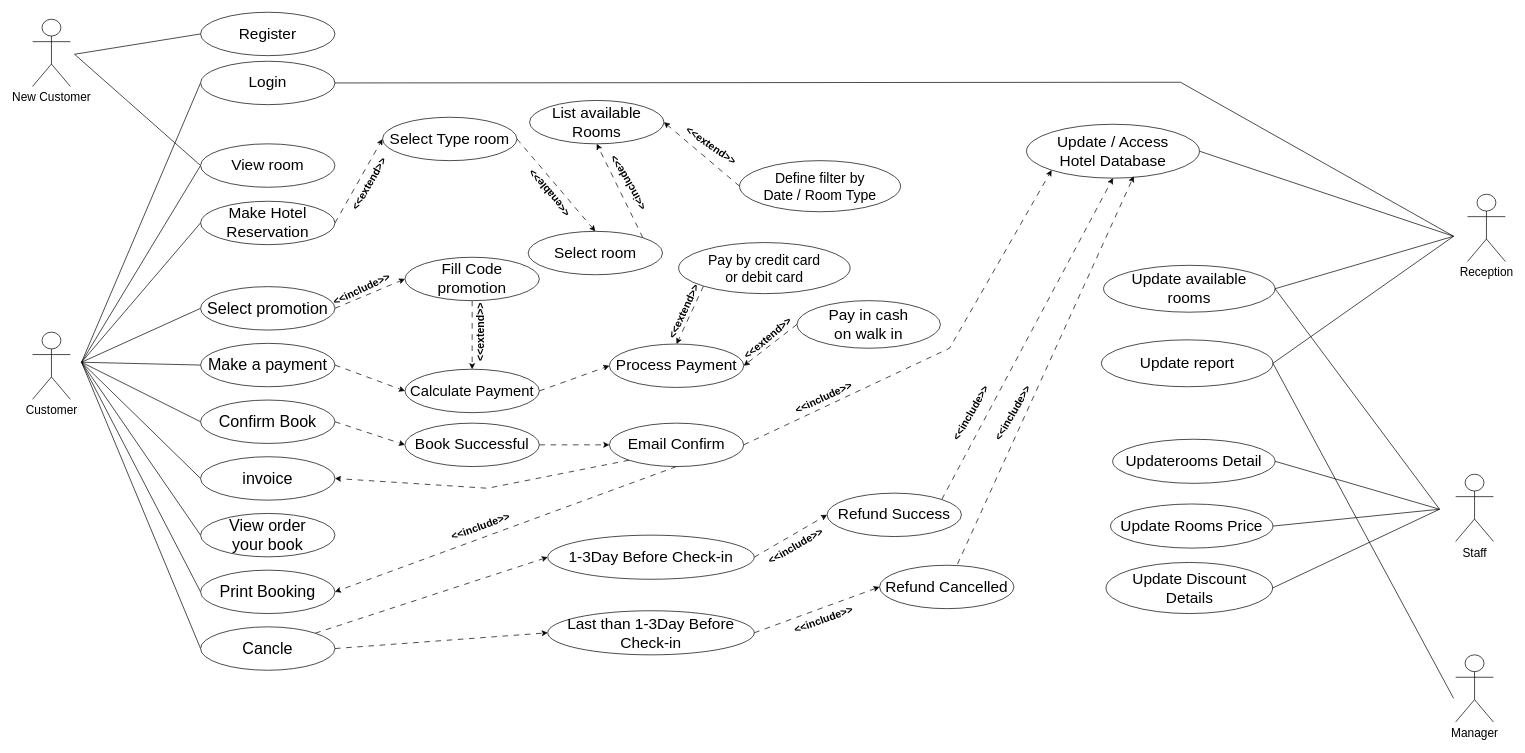
This is usecase1.drawio from Yaya25aom/bookhotel, a draw.io file, before an edit. Source tidied: cells renumbered, new cells numbered last; positions are measured from the earlier drawing's top-left corner, leaving out a move shared by most shapes. Both pictures are drawn from the tidied source at 70%, with x=0, y=0 at pixel (32, 12).
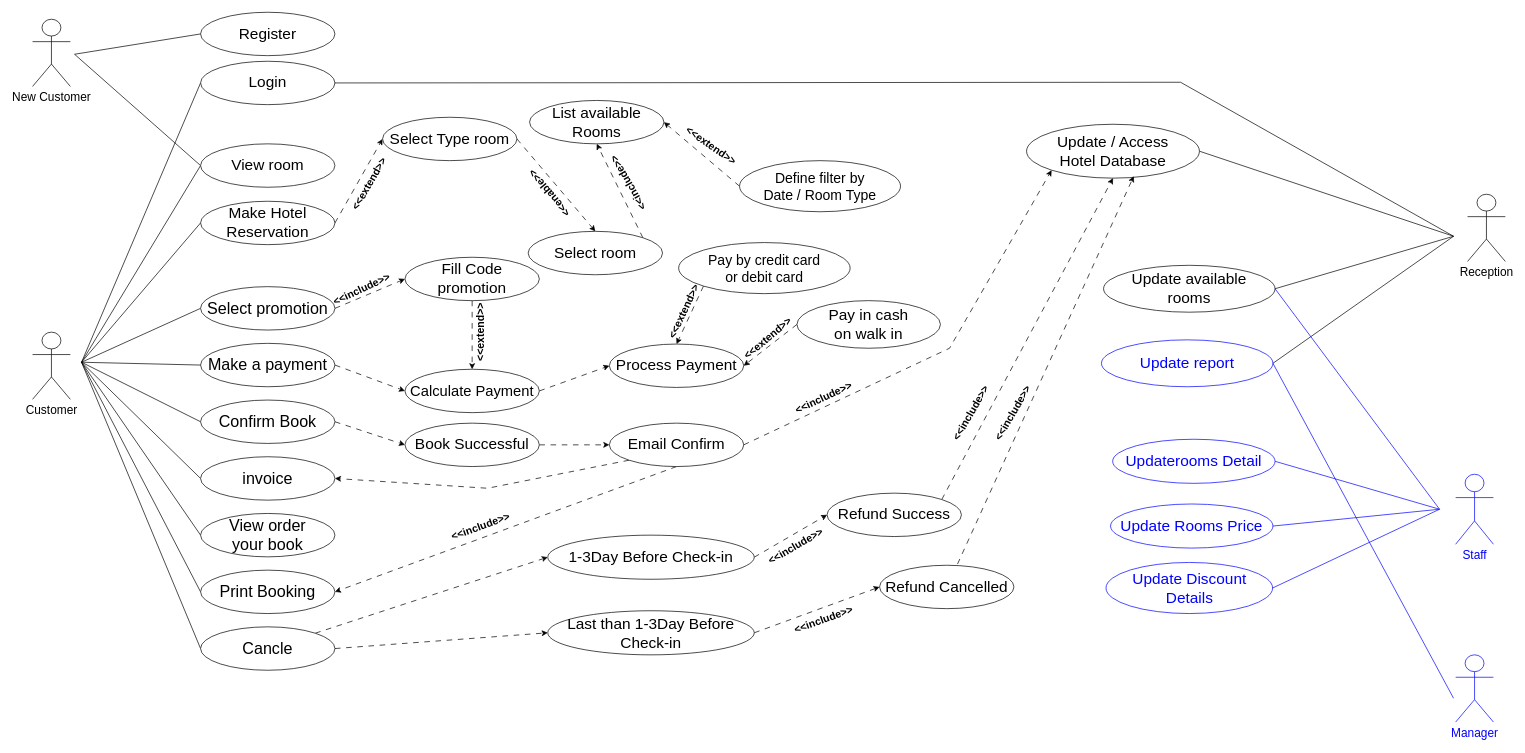
After the change.

The change refers to these unchanged cells:
```xml
<mxCell id="57" value="&lt;font style=&quot;font-size: 22px;&quot;&gt;Update available&lt;br&gt;rooms&lt;/font&gt;" style="ellipse;whiteSpace=wrap;html=1;" parent="1" vertex="1">
  <mxGeometry x="1530" y="361.5" width="245" height="67" as="geometry" />
</mxCell>
```

What changed in the source:
```diff
@@
-    <mxCell id="66" value="&lt;font style=&quot;font-size: 17px;&quot;&gt;Manager&lt;/font&gt;" style="shape=umlActor;verticalLabelPosition=bottom;verticalAlign=top;html=1;" parent="1" vertex="1">
+    <mxCell id="66" value="&lt;font color=&quot;#0000ff&quot; style=&quot;font-size: 17px;&quot;&gt;Manager&lt;/font&gt;" style="shape=umlActor;verticalLabelPosition=bottom;verticalAlign=top;html=1;strokeColor=#0000FF;" parent="1" vertex="1">
       <mxGeometry x="2033" y="918" width="54" height="96" as="geometry" />
     </mxCell>
-    <mxCell id="67" value="&lt;font style=&quot;font-size: 17px;&quot;&gt;Staff&lt;/font&gt;" style="shape=umlActor;verticalLabelPosition=bottom;verticalAlign=top;html=1;" parent="1" vertex="1">
-      <mxGeometry x="2033" y="660" width="54" height="96" as="geometry" />
+    <mxCell id="67" value="&lt;font color=&quot;#0000ff&quot; style=&quot;font-size: 17px;&quot;&gt;Staff&lt;/font&gt;" style="shape=umlActor;verticalLabelPosition=bottom;verticalAlign=top;html=1;strokeColor=#0000FF;" parent="1" vertex="1">
+      <mxGeometry x="2033" y="660" width="54" height="100" as="geometry" />
     </mxCell>
@@
-    <mxCell id="84" style="edgeStyle=none;shape=connector;rounded=0;jettySize=auto;html=1;exitX=1;exitY=0.5;exitDx=0;exitDy=0;labelBackgroundColor=default;fontFamily=Helvetica;fontSize=11;fontColor=default;endArrow=none;endFill=0;" parent="1" edge="1" source="85">
+    <mxCell id="84" style="edgeStyle=none;shape=connector;rounded=0;jettySize=auto;html=1;exitX=1;exitY=0.5;exitDx=0;exitDy=0;labelBackgroundColor=default;fontFamily=Helvetica;fontSize=11;fontColor=default;endArrow=none;endFill=0;strokeColor=#0000FF;" parent="1" edge="1" source="85">
       <mxGeometry relative="1" as="geometry">
         <mxPoint x="2010" y="710" as="targetPoint" />
       </mxGeometry>
     </mxCell>
-    <mxCell id="85" value="&lt;font style=&quot;font-size: 22px;&quot;&gt;Updaterooms Detail&lt;/font&gt;" style="ellipse;whiteSpace=wrap;html=1;" parent="1" vertex="1">
+    <mxCell id="85" value="&lt;font color=&quot;#0000ff&quot; style=&quot;font-size: 22px;&quot;&gt;Updaterooms Detail&lt;/font&gt;" style="ellipse;whiteSpace=wrap;html=1;strokeColor=#0000FF;" parent="1" vertex="1">
       <mxGeometry x="1543" y="610" width="232" height="63" as="geometry" />
     </mxCell>
-    <mxCell id="86" style="edgeStyle=none;shape=connector;rounded=0;jettySize=auto;html=1;exitX=1;exitY=0.5;exitDx=0;exitDy=0;labelBackgroundColor=default;fontFamily=Helvetica;fontSize=11;fontColor=default;endArrow=none;endFill=0;" parent="1" edge="1" source="87">
+    <mxCell id="86" style="edgeStyle=none;shape=connector;rounded=0;jettySize=auto;html=1;exitX=1;exitY=0.5;exitDx=0;exitDy=0;labelBackgroundColor=default;fontFamily=Helvetica;fontSize=11;fontColor=default;endArrow=none;endFill=0;strokeColor=#0000FF;" parent="1" edge="1" source="87">
       <mxGeometry relative="1" as="geometry">
         <mxPoint x="2010" y="710" as="targetPoint" />
       </mxGeometry>
     </mxCell>
-    <mxCell id="87" value="&lt;font style=&quot;font-size: 22px;&quot;&gt;Update Rooms Price&lt;/font&gt;" style="ellipse;whiteSpace=wrap;html=1;" parent="1" vertex="1">
+    <mxCell id="87" value="&lt;font color=&quot;#0000ff&quot; style=&quot;font-size: 22px;&quot;&gt;Update Rooms Price&lt;/font&gt;" style="ellipse;whiteSpace=wrap;html=1;strokeColor=#0000FF;" parent="1" vertex="1">
       <mxGeometry x="1540" y="702.5" width="232" height="63" as="geometry" />
     </mxCell>
-    <mxCell id="88" style="edgeStyle=none;shape=connector;rounded=0;jettySize=auto;html=1;exitX=1;exitY=0.5;exitDx=0;exitDy=0;labelBackgroundColor=default;fontFamily=Helvetica;fontSize=11;fontColor=default;endArrow=none;endFill=0;" parent="1" edge="1" source="89">
+    <mxCell id="88" style="edgeStyle=none;shape=connector;rounded=0;jettySize=auto;html=1;exitX=1;exitY=0.5;exitDx=0;exitDy=0;labelBackgroundColor=default;fontFamily=Helvetica;fontSize=11;fontColor=default;endArrow=none;endFill=0;strokeColor=#0000FF;" parent="1" edge="1" source="89">
       <mxGeometry relative="1" as="geometry">
         <mxPoint x="2010" y="710" as="targetPoint" />
       </mxGeometry>
     </mxCell>
-    <mxCell id="89" value="&lt;font style=&quot;font-size: 22px;&quot;&gt;Update Discount&lt;br&gt;Details&lt;/font&gt;" style="ellipse;whiteSpace=wrap;html=1;" parent="1" vertex="1">
+    <mxCell id="89" value="&lt;font color=&quot;#0000ff&quot; style=&quot;font-size: 22px;&quot;&gt;Update Discount&lt;br&gt;Details&lt;/font&gt;" style="ellipse;whiteSpace=wrap;html=1;strokeColor=#0000FF;" parent="1" vertex="1">
       <mxGeometry x="1533.5" y="786" width="238" height="73" as="geometry" />
     </mxCell>
@@
-    <mxCell id="91" value="&lt;font style=&quot;font-size: 22px;&quot;&gt;Update report&lt;br&gt;&lt;/font&gt;" style="ellipse;whiteSpace=wrap;html=1;" parent="1" vertex="1">
+    <mxCell id="91" value="&lt;font style=&quot;font-size: 22px;&quot;&gt;&lt;font color=&quot;#0000ff&quot;&gt;Update report&lt;/font&gt;&lt;br&gt;&lt;/font&gt;" style="ellipse;whiteSpace=wrap;html=1;strokeColor=#0000FF;" parent="1" vertex="1">
       <mxGeometry x="1527" y="468" width="245" height="67" as="geometry" />
     </mxCell>
-    <mxCell id="92" style="edgeStyle=none;shape=connector;rounded=0;jettySize=auto;html=1;exitX=1;exitY=0.5;exitDx=0;exitDy=0;labelBackgroundColor=default;fontFamily=Helvetica;fontSize=11;fontColor=default;endArrow=none;endFill=0;" parent="1" edge="1" source="91">
+    <mxCell id="92" style="edgeStyle=none;shape=connector;rounded=0;jettySize=auto;html=1;exitX=1;exitY=0.5;exitDx=0;exitDy=0;labelBackgroundColor=default;fontFamily=Helvetica;fontSize=11;fontColor=default;endArrow=none;endFill=0;strokeColor=#0000FF;" parent="1" edge="1" source="91">
       <mxGeometry relative="1" as="geometry">
         <mxPoint x="2030" y="980" as="targetPoint" />
       </mxGeometry>
     </mxCell>
-    <mxCell id="93" style="edgeStyle=none;shape=connector;rounded=0;jettySize=auto;html=1;exitX=1;exitY=0.5;exitDx=0;exitDy=0;labelBackgroundColor=default;fontFamily=Helvetica;fontSize=11;fontColor=default;endArrow=none;endFill=0;" parent="1" edge="1" source="57">
+    <mxCell id="93" style="edgeStyle=none;shape=connector;rounded=0;jettySize=auto;html=1;exitX=1;exitY=0.5;exitDx=0;exitDy=0;labelBackgroundColor=default;fontFamily=Helvetica;fontSize=11;fontColor=default;endArrow=none;endFill=0;strokeColor=#0000FF;" parent="1" edge="1" source="57">
       <mxGeometry relative="1" as="geometry">
         <mxPoint x="2010" y="710" as="targetPoint" />
       </mxGeometry>
     </mxCell>
```
